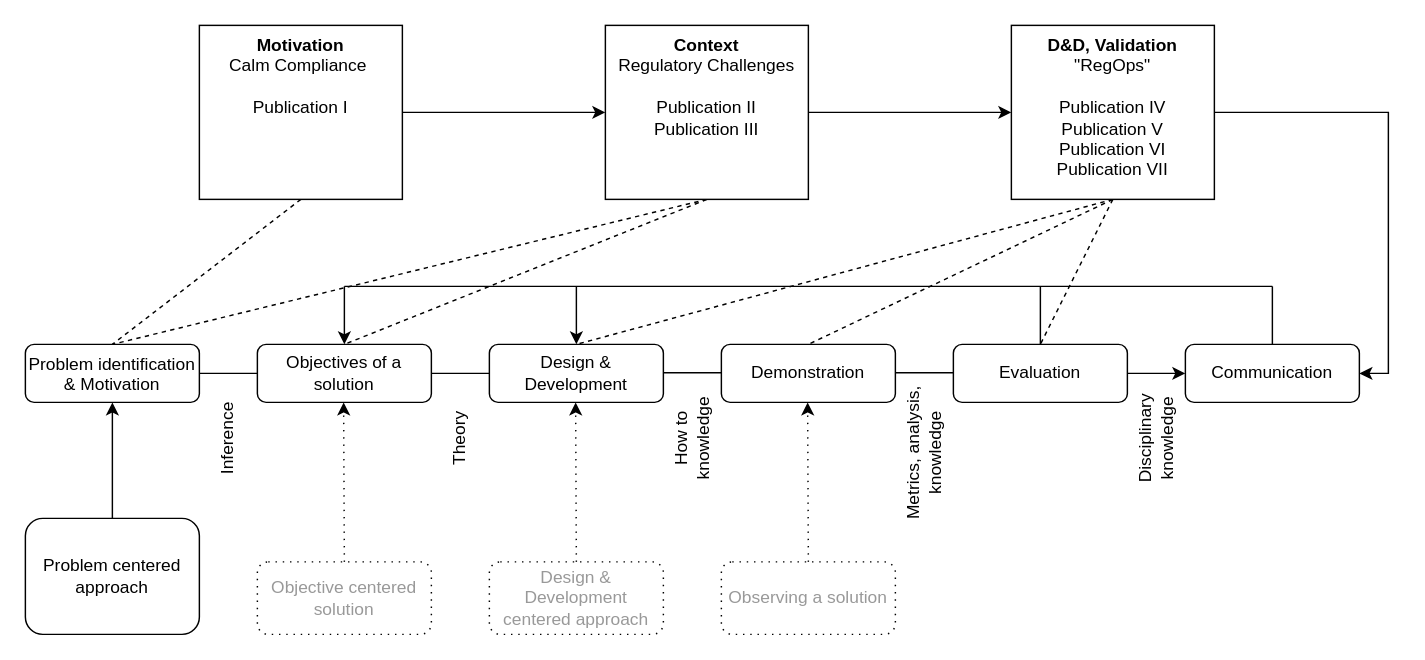
Before: dsrp_for_thesis_research.drawio in devgranlund/idea-settings, a draw.io diagram. Source tidied: cells renumbered, new cells numbered last; positions are measured from the earlier drawing's top-left corner, leaving out a move shared by most shapes. Both pictures are drawn from the tidied source at 145%, with x=0, y=0 at pixel (25, 25).
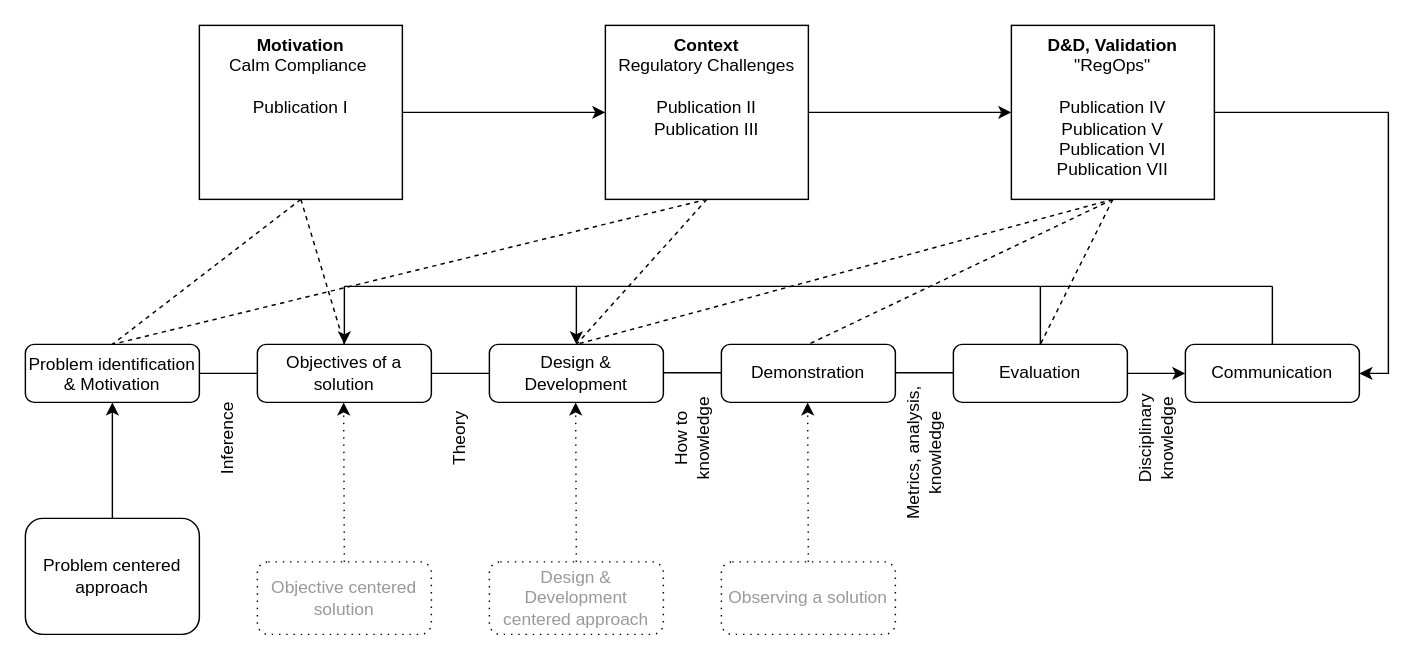
Above is the later version.

The change refers to these unchanged cells:
```xml
<mxCell id="4" value="Objectives of a solution" style="rounded=1;whiteSpace=wrap;html=1;fontSize=12;glass=0;strokeWidth=1;shadow=0;" parent="1" vertex="1">
  <mxGeometry x="160" y="220" width="120" height="40" as="geometry" />
</mxCell>
<mxCell id="34" value="&lt;b&gt;Motivation&lt;br&gt;&lt;/b&gt;Calm Compliance&amp;nbsp;&lt;br&gt;&lt;br&gt;Publication I" style="rounded=0;whiteSpace=wrap;html=1;verticalAlign=top;" parent="1" vertex="1">
  <mxGeometry x="120" width="140" height="120" as="geometry" />
</mxCell>
<mxCell id="38" value="&lt;b&gt;Context&lt;/b&gt;&lt;br&gt;Regulatory Challenges&lt;br&gt;&lt;br&gt;Publication II&lt;br&gt;Publication III" style="rounded=0;whiteSpace=wrap;html=1;verticalAlign=top;" parent="1" vertex="1">
  <mxGeometry x="400" width="140" height="120" as="geometry" />
</mxCell>
```

What changed in the source:
```diff
@@
-    <mxCell id="37" style="edgeStyle=none;rounded=0;jettySize=auto;html=1;exitX=0.5;exitY=1;exitDx=0;exitDy=0;entryX=0.5;entryY=0;entryDx=0;entryDy=0;endArrow=none;endFill=0;dashed=1;" parent="1" edge="1" source="38" target="4">
+    <mxCell id="37" style="edgeStyle=none;rounded=0;jettySize=auto;html=1;exitX=0.5;exitY=1;exitDx=0;exitDy=0;entryX=0.5;entryY=0;entryDx=0;entryDy=0;endArrow=none;endFill=0;dashed=1;" parent="1" edge="1" source="34" target="4">
       <mxGeometry relative="1" as="geometry" />
     </mxCell>
+    <mxCell id="43" style="rounded=0;jettySize=auto;html=1;exitX=0.5;exitY=1;exitDx=0;exitDy=0;dashed=1;endArrow=none;endFill=0;" parent="1" edge="1" source="38">
+      <mxGeometry relative="1" as="geometry">
+        <mxPoint x="380" y="220" as="targetPoint" />
+      </mxGeometry>
+    </mxCell>
```
